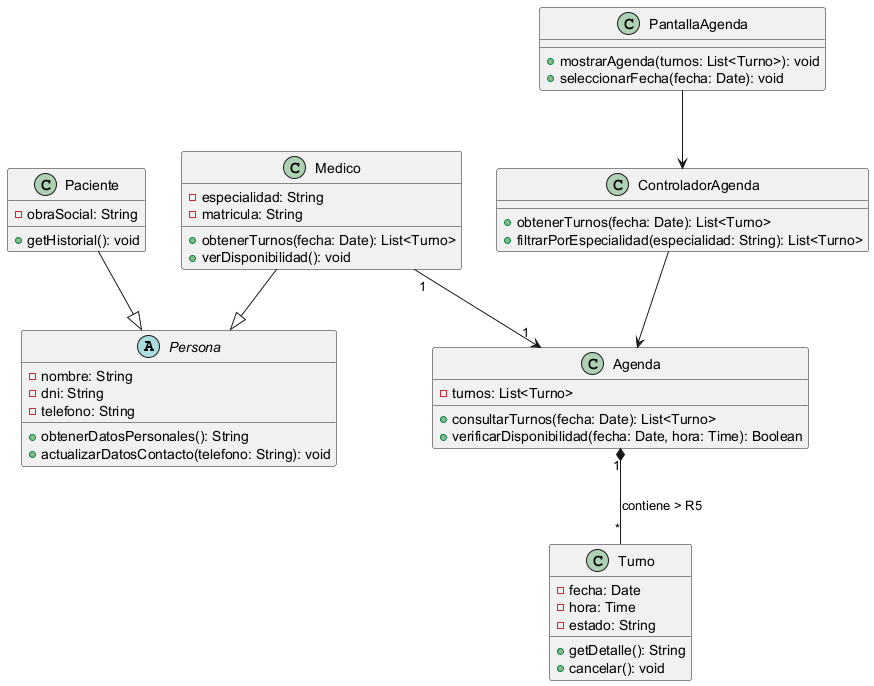
Before: diagramas/01-diagrama-clases/04-clases-visualizar-agenda-medica-04.png, a diagram exported from PlantUML (Purezaamor/SistemaTurnosMedicos). Source of this version:
```plantuml
@startuml
abstract class Persona {
    - nombre: String
    - dni: String
    - telefono: String
    + obtenerDatosPersonales(): String
    + actualizarDatosContacto(telefono: String): void
}

class Medico {
  - especialidad: String
  - matricula: String
  + obtenerTurnos(fecha: Date): List<Turno>
  + verDisponibilidad(): void
}

class Paciente {
  - obraSocial: String
  + getHistorial(): void
}

class PantallaAgenda {
  + mostrarAgenda(turnos: List<Turno>): void
  + seleccionarFecha(fecha: Date): void
}

class ControladorAgenda {
  + obtenerTurnos(fecha: Date): List<Turno>
  + filtrarPorEspecialidad(especialidad: String): List<Turno>
}

class Agenda {
  - turnos: List<Turno>
  + consultarTurnos(fecha: Date): List<Turno>
  + verificarDisponibilidad(fecha: Date, hora: Time): Boolean
}

class Turno {
  - fecha: Date
  - hora: Time
  - estado: String
  + getDetalle(): String
  + cancelar(): void
}

Medico --|> Persona
Paciente --|> Persona
Medico "1" --> "1" Agenda
Agenda "1" *-- "*" Turno : contiene > R5
PantallaAgenda --> ControladorAgenda
ControladorAgenda --> Agenda
@enduml
```
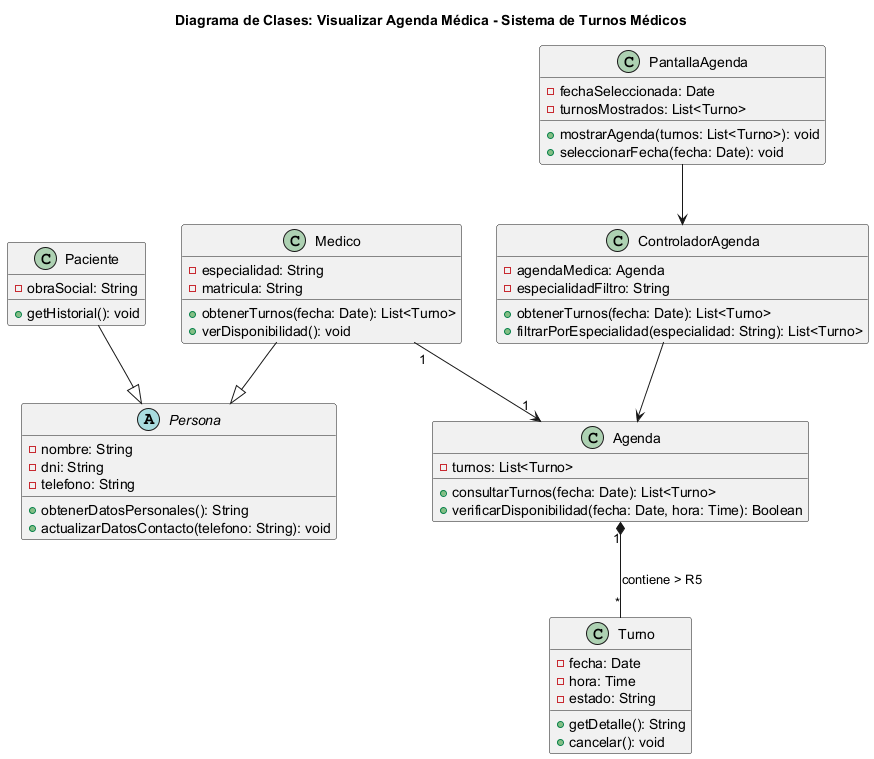
Above is the later version.

Diff of the diagram source:
```diff
@@ -1,4 +1,5 @@
-@startuml
+@startuml 04-clases-visualizar-agenda-medica-04
+title Diagrama de Clases: Visualizar Agenda Médica - Sistema de Turnos Médicos
 abstract class Persona {
     - nombre: String
     - dni: String
@@ -20,13 +21,17 @@
 }
 
 class PantallaAgenda {
-  + mostrarAgenda(turnos: List<Turno>): void
-  + seleccionarFecha(fecha: Date): void
+    - fechaSeleccionada: Date
+    - turnosMostrados: List<Turno>
+    + mostrarAgenda(turnos: List<Turno>): void
+    + seleccionarFecha(fecha: Date): void
 }
 
 class ControladorAgenda {
-  + obtenerTurnos(fecha: Date): List<Turno>
-  + filtrarPorEspecialidad(especialidad: String): List<Turno>
+    - agendaMedica: Agenda
+    - especialidadFiltro: String
+    + obtenerTurnos(fecha: Date): List<Turno>
+    + filtrarPorEspecialidad(especialidad: String): List<Turno>
 }
 
 class Agenda {
```
